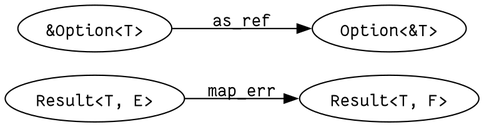
This is error-handling.png from patrickbucher/learning-rust, a Graphviz export, as it was before one commit. Its source is kept beside it as error-handling.dot. The source it was exported from:
```dot
digraph ErrorHandling {
    rankdir=LR;
    graph [dpi=150];
	node [fontname="Fantasque Sans Mono"];
    edge [fontname="Fantasque Sans Mono", padding=32];

    result_te [label="Result<T, E>"];
    result_tf [label="Result<T, F>"];
    ref_to_option [label="&Option<T>"];
    option_to_ref [label="Option<&T>"];

    result_te -> result_tf [label="map_err"];
    ref_to_option -> option_to_ref [label="as_ref"]
}
```
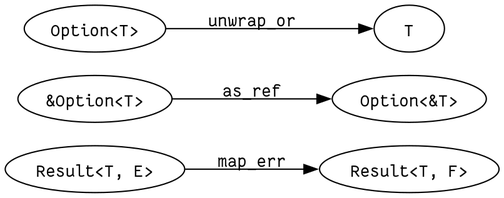
Later version of the same file.

Commit message:
documented unwrap_or

Diff of the diagram source:
```diff
@@ -8,7 +8,10 @@
     result_tf [label="Result<T, F>"];
     ref_to_option [label="&Option<T>"];
     option_to_ref [label="Option<&T>"];
+    option_t [label="Option<T>"];
+    t [label="T"];
 
     result_te -> result_tf [label="map_err"];
     ref_to_option -> option_to_ref [label="as_ref"]
+    option_t -> t [label="unwrap_or"];
 }
```
